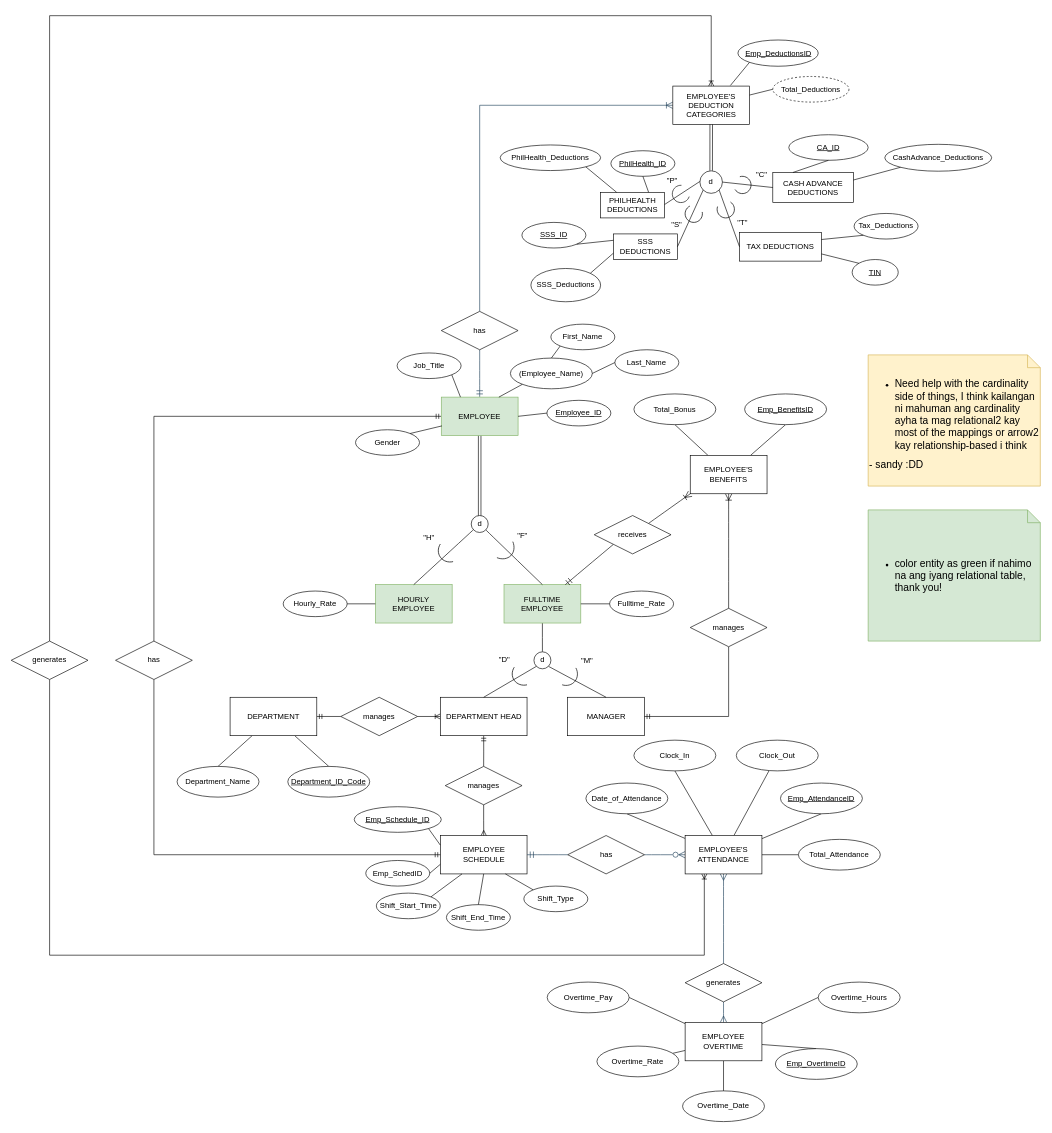
SandyLMCD/CC14-payroll-attendance-system keeps this draw.io diagram as page "FINALISMS" (1 of 2) of github-based final nomnom.drawio. Above is the earlier version. Source tidied: cells renumbered, new cells numbered last; positions are measured from the earlier drawing's top-left corner, leaving out a move shared by most shapes. Both pictures are drawn from the tidied source at 64%, with x=0, y=0 at pixel (11, 15).
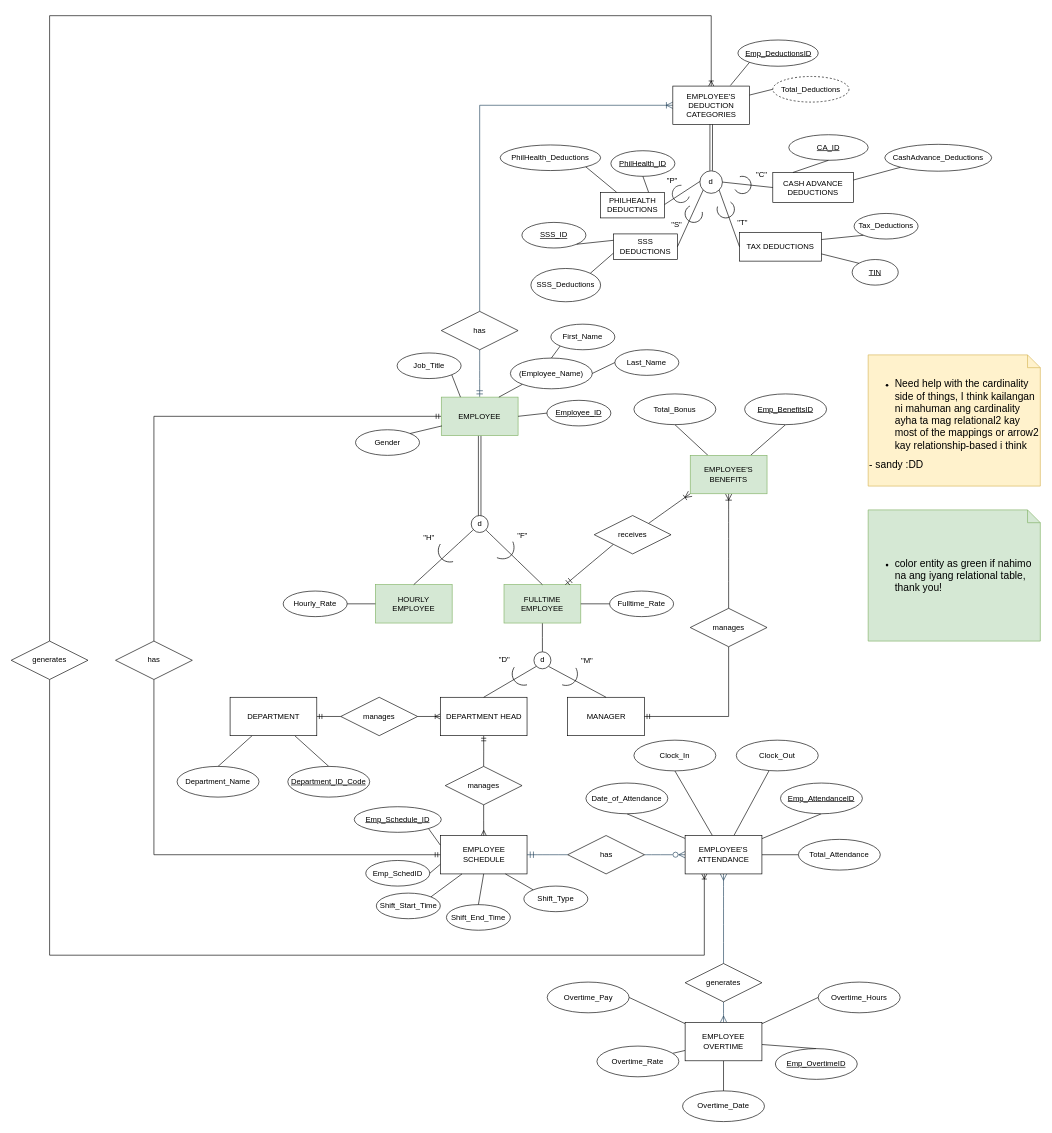
After the change.

Change to the diagram source:
```diff
@@
-    <mxCell id="25" value="EMPLOYEE'S BENEFITS" style="rounded=0;whiteSpace=wrap;html=1;" parent="1" vertex="1">
+    <mxCell id="25" value="EMPLOYEE'S BENEFITS" style="rounded=0;whiteSpace=wrap;html=1;fillColor=#d5e8d4;strokeColor=#82b366;" parent="1" vertex="1">
       <mxGeometry x="1061" y="687" width="120" height="60" as="geometry" />
     </mxCell>
```
